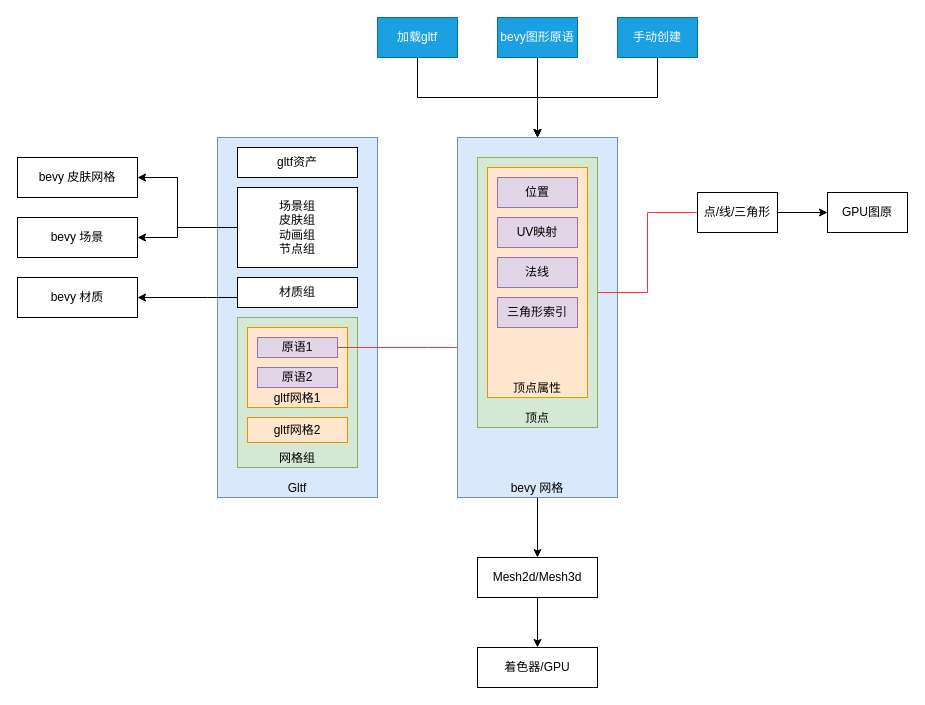
topkg/graph keeps this draw.io diagram as page "gltf" (4 of 4) of bevy-0.17.drawio. Above is the earlier version. Source tidied: cells renumbered, new cells numbered last; positions are measured from the earlier drawing's top-left corner, leaving out a move shared by most shapes. Both pictures are drawn from the tidied source at 100%, with x=0, y=0 at pixel (17, 17).
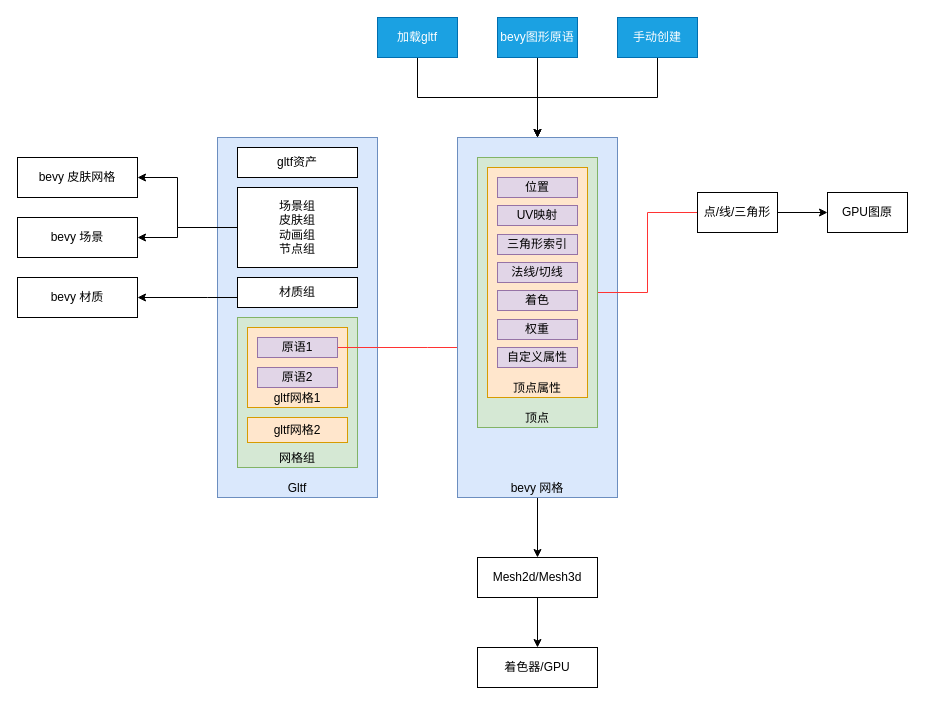
After the change.

What changed in the source:
```diff
@@
     <mxCell id="35" value="位置" style="rounded=0;whiteSpace=wrap;html=1;fillColor=#e1d5e7;strokeColor=#9673a6;" parent="1" vertex="1">
-      <mxGeometry x="480" y="160" width="80" height="30" as="geometry" />
+      <mxGeometry x="480" y="160" width="80" height="20" as="geometry" />
     </mxCell>
     <mxCell id="36" value="UV映射" style="rounded=0;whiteSpace=wrap;html=1;fillColor=#e1d5e7;strokeColor=#9673a6;" parent="1" vertex="1">
-      <mxGeometry x="480" y="200" width="80" height="30" as="geometry" />
+      <mxGeometry x="480" y="188" width="80" height="20" as="geometry" />
     </mxCell>
-    <mxCell id="37" value="法线" style="rounded=0;whiteSpace=wrap;html=1;fillColor=#e1d5e7;strokeColor=#9673a6;" parent="1" vertex="1">
-      <mxGeometry x="480" y="240" width="80" height="30" as="geometry" />
+    <mxCell id="37" value="法线/切线" style="rounded=0;whiteSpace=wrap;html=1;fillColor=#e1d5e7;strokeColor=#9673a6;" parent="1" vertex="1">
+      <mxGeometry x="480" y="245" width="80" height="20" as="geometry" />
     </mxCell>
     <mxCell id="38" value="三角形索引" style="rounded=0;whiteSpace=wrap;html=1;fillColor=#e1d5e7;strokeColor=#9673a6;" parent="1" vertex="1">
-      <mxGeometry x="480" y="280" width="80" height="30" as="geometry" />
+      <mxGeometry x="480" y="217" width="80" height="20" as="geometry" />
     </mxCell>
+    <mxCell id="39" value="着色" style="rounded=0;whiteSpace=wrap;html=1;fillColor=#e1d5e7;strokeColor=#9673a6;" parent="1" vertex="1">
+      <mxGeometry x="480" y="273" width="80" height="20" as="geometry" />
+    </mxCell>
+    <mxCell id="40" value="权重" style="rounded=0;whiteSpace=wrap;html=1;fillColor=#e1d5e7;strokeColor=#9673a6;" parent="1" vertex="1">
+      <mxGeometry x="480" y="302" width="80" height="20" as="geometry" />
+    </mxCell>
+    <mxCell id="41" value="自定义属性" style="rounded=0;whiteSpace=wrap;html=1;fillColor=#e1d5e7;strokeColor=#9673a6;" parent="1" vertex="1">
+      <mxGeometry x="480" y="330" width="80" height="20" as="geometry" />
+    </mxCell>
```
